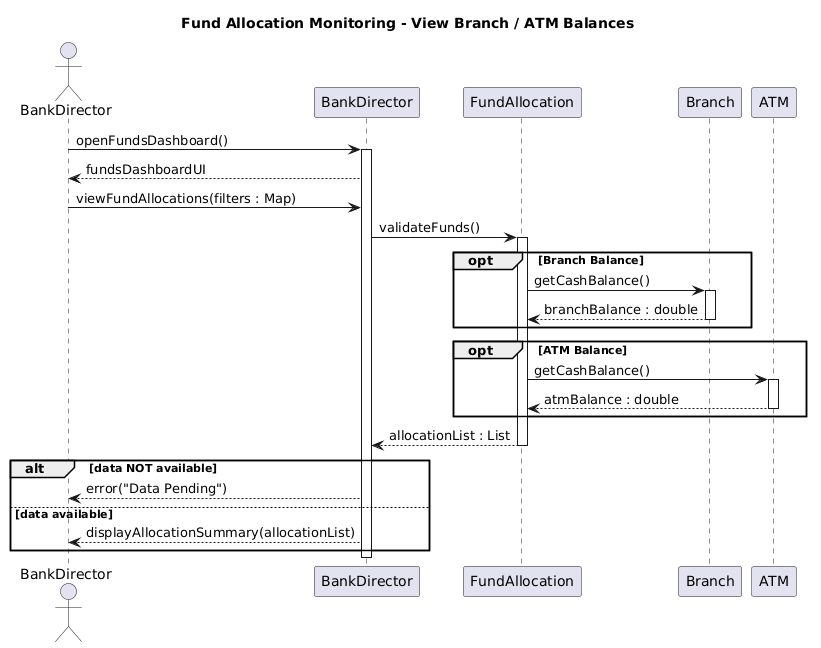
Before: Diagrams/Sequence Diagrams/BS_FM_01.png, a diagram exported from PlantUML (erindkotobelli12/BankManagementSystem).
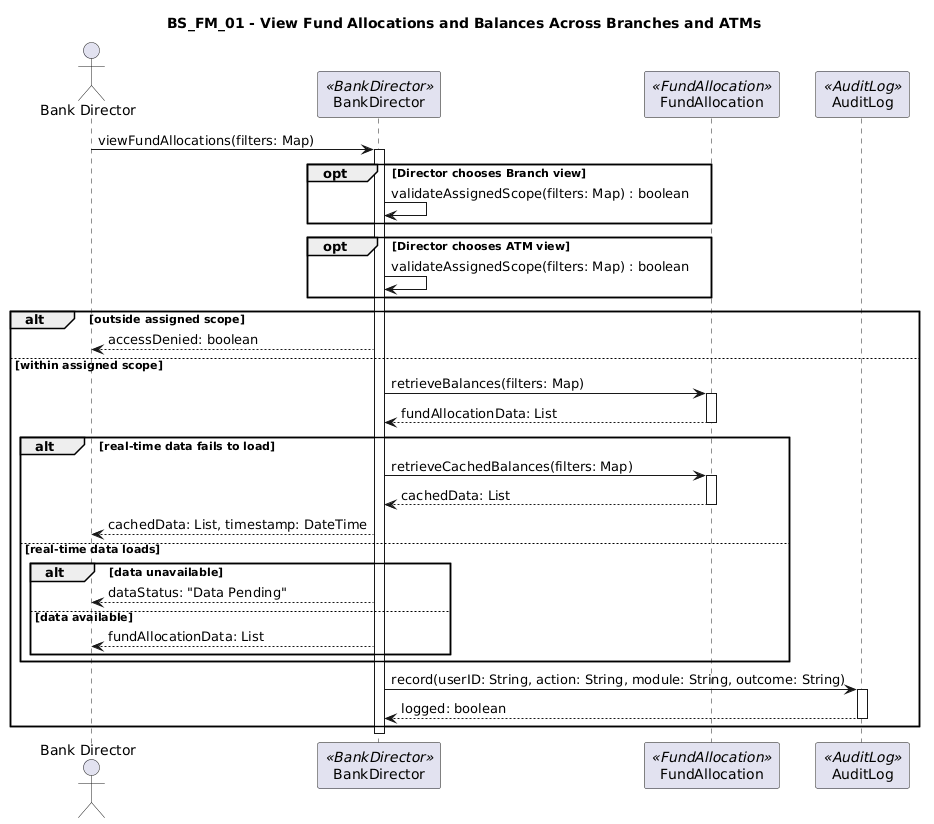
Above is the later version.

Change to the diagram source:
```diff
@@ -1,46 +1,55 @@
 @startuml
-title Fund Allocation Monitoring - View Branch / ATM Balances
+title BS_FM_01 - View Fund Allocations and Balances Across Branches and ATMs
 
-actor "BankDirector" as Dir
-participant "BankDirector" as DC
-participant "FundAllocation" as FA
-participant "Branch" as B
-participant "ATM" as ATM
+actor "Bank Director" as Director
+participant "BankDirector" as BD <<BankDirector>>
+participant "FundAllocation" as FA <<FundAllocation>>
+participant "AuditLog" as AL <<AuditLog>>
 
-Dir -> DC : openFundsDashboard()
-activate DC
-DC --> Dir : fundsDashboardUI
+Director -> BD : viewFundAllocations(filters: Map)
+activate BD
 
-Dir -> DC : viewFundAllocations(filters : Map)
-
-DC -> FA : validateFunds()
-activate FA
-
-opt Branch Balance
-    FA -> B : getCashBalance()
-    activate B
-    B --> FA : branchBalance : double
-    deactivate B
+opt Director chooses Branch view
+    BD -> BD : validateAssignedScope(filters: Map) : boolean
 end
 
-opt ATM Balance
-    FA -> ATM : getCashBalance()
-    activate ATM
-    ATM --> FA : atmBalance : double
-    deactivate ATM
+opt Director chooses ATM view
+    BD -> BD : validateAssignedScope(filters: Map) : boolean
 end
 
-FA --> DC : allocationList : List
-deactivate FA
+alt outside assigned scope
+    BD --> Director : accessDenied: boolean
 
+else within assigned scope
 
+    BD -> FA : retrieveBalances(filters: Map)
+    activate FA
+    FA --> BD : fundAllocationData: List
+    deactivate FA
 
-alt data NOT available
-    DC --> Dir : error("Data Pending")
+    alt real-time data fails to load
+        BD -> FA : retrieveCachedBalances(filters: Map)
+        activate FA
+        FA --> BD : cachedData: List
+        deactivate FA
 
-else data available
-    DC --> Dir : displayAllocationSummary(allocationList)
+        BD --> Director : cachedData: List, timestamp: DateTime
+
+    else real-time data loads
+
+        alt data unavailable
+            BD --> Director : dataStatus: "Data Pending"
+
+        else data available
+            BD --> Director : fundAllocationData: List
+        end
+    end
+
+    BD -> AL : record(userID: String, action: String, module: String, outcome: String)
+    activate AL
+    AL --> BD : logged: boolean
+    deactivate AL
 end
 
-deactivate DC
+deactivate BD
 @enduml
```
